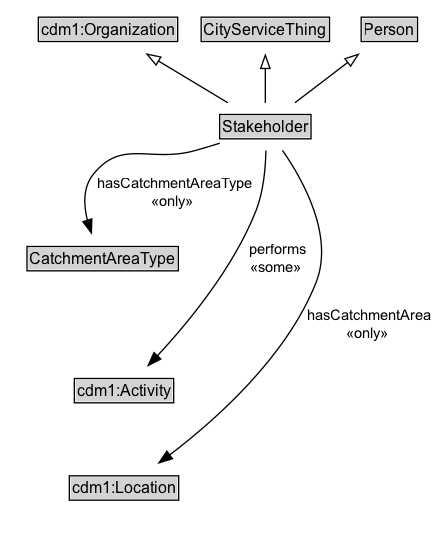
The Graphviz diagram docs/diagrams/Stakeholder.dot.png in ISO-TC204/ontology-cdm-p2-v1, before a commit. Its source is kept beside it as docs/diagrams/Stakeholder.dot. The source it was exported from:
```dot
digraph {
	graph [overlap=false rankdir=TB splines=true]
	node [fontname=Arial fontsize=12 margin=0 shape=none]
	edge [fontname=Arial fontsize=11]
	{
		rank=max
		Stakeholder [label=<<TABLE BORDER="1" CELLBORDER="0" CELLSPACING="0" CELLPADDING="1"><TR><TD BGCOLOR="lightgray" ALIGN="CENTER" PORT="e">Stakeholder</TD></TR></TABLE>> URL="../Stakeholder.md" margin=0]
	}
	subgraph cluster_associated {
		label="" style=invis
		Invis [label=<<TABLE BORDER="0" CELLBORDER="0" CELLSPACING="0" CELLPADDING="1"><TR><TD></TD></TR></TABLE>> margin=0 style=invis]
		CatchmentAreaType [label=<<TABLE BORDER="1" CELLBORDER="0" CELLSPACING="0" CELLPADDING="1"><TR><TD BGCOLOR="lightgray" ALIGN="CENTER">CatchmentAreaType</TD></TR></TABLE>> URL="../CatchmentAreaType.md" margin=0]
		cdm1_Activity [label=<<TABLE BORDER="1" CELLBORDER="0" CELLSPACING="0" CELLPADDING="1"><TR><TD BGCOLOR="lightgray" ALIGN="CENTER">cdm1:Activity</TD></TR></TABLE>> margin=0]
		cdm1_Location [label=<<TABLE BORDER="1" CELLBORDER="0" CELLSPACING="0" CELLPADDING="1"><TR><TD BGCOLOR="lightgray" ALIGN="CENTER">cdm1:Location</TD></TR></TABLE>> margin=0]
	}
	cdm1_Organization [label=<<TABLE BORDER="1" CELLBORDER="0" CELLSPACING="0" CELLPADDING="1"><TR><TD BGCOLOR="lightgray" ALIGN="CENTER">cdm1:Organization</TD></TR></TABLE>> margin=0]
	Stakeholder -> cdm1_Organization [arrowhead=onormal style=solid]
	CityServiceThing [label=<<TABLE BORDER="1" CELLBORDER="0" CELLSPACING="0" CELLPADDING="1"><TR><TD BGCOLOR="lightgray" ALIGN="CENTER">CityServiceThing</TD></TR></TABLE>> URL="../CityServiceThing.md" margin=0]
	Stakeholder -> CityServiceThing [arrowhead=onormal style=solid]
	Person [label=<<TABLE BORDER="1" CELLBORDER="0" CELLSPACING="0" CELLPADDING="1"><TR><TD BGCOLOR="lightgray" ALIGN="CENTER">Person</TD></TR></TABLE>> URL="../Person.md" margin=0]
	Stakeholder -> Person [arrowhead=onormal style=solid]
	Stakeholder -> Invis [style=invis]
	Invis -> CatchmentAreaType [style=invis]
	CatchmentAreaType -> cdm1_Activity [style=invis]
	cdm1_Activity -> cdm1_Location [style=invis]
	Stakeholder -> cdm1_Activity [label=" performs
 «some»  " arrowhead=normal style=solid]
	Stakeholder -> cdm1_Location [label=" hasCatchmentArea
 «only»  " arrowhead=normal style=solid]
	Stakeholder -> CatchmentAreaType [label=" hasCatchmentAreaType
 «only»  " arrowhead=normal style=solid]
}
```
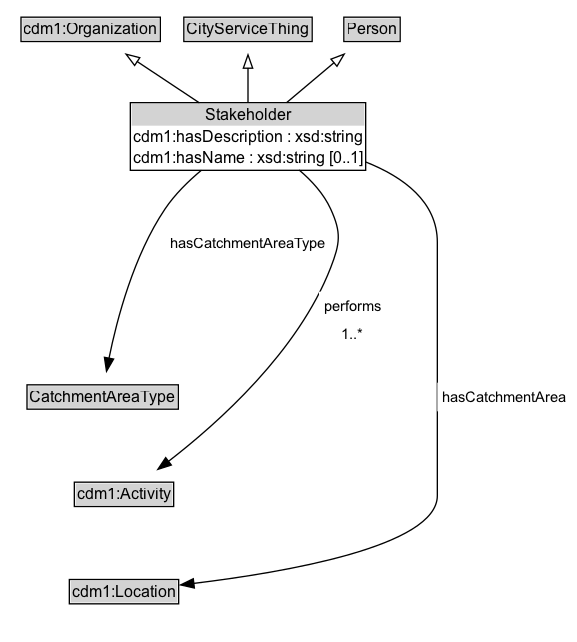
After the change.

Diff of the diagram source:
```diff
@@ -3,30 +3,33 @@
 	node [fontname=Arial fontsize=12 margin=0 shape=none]
 	edge [fontname=Arial fontsize=11]
 	{
+		rank=source
+		cdm1_Organization [label=<<TABLE BORDER="1" CELLBORDER="0" CELLSPACING="0" CELLPADDING="1"><TR><TD BGCOLOR="lightgray" ALIGN="CENTER">cdm1:Organization</TD></TR></TABLE>> URL="https://w3id.org/citydata/part1/v1/Organization" margin=0]
+		CityServiceThing [label=<<TABLE BORDER="1" CELLBORDER="0" CELLSPACING="0" CELLPADDING="1"><TR><TD BGCOLOR="lightgray" ALIGN="CENTER">CityServiceThing</TD></TR></TABLE>> URL="../CityServiceThing" margin=0]
+		Person [label=<<TABLE BORDER="1" CELLBORDER="0" CELLSPACING="0" CELLPADDING="1"><TR><TD BGCOLOR="lightgray" ALIGN="CENTER">Person</TD></TR></TABLE>> URL="../Person" margin=0]
+	}
+	Stakeholder [label=<<TABLE BORDER="1" CELLBORDER="0" CELLSPACING="0" CELLPADDING="1"><TR><TD BGCOLOR="lightgray" ALIGN="CENTER">Stakeholder</TD></TR><TR><TD ALIGN="LEFT">cdm1:hasDescription : xsd:string</TD></TR><TR><TD ALIGN="LEFT">cdm1:hasName : xsd:string [0..1]</TD></TR></TABLE>> URL="../Stakeholder" margin=0]
+	{
 		rank=max
-		Stakeholder [label=<<TABLE BORDER="1" CELLBORDER="0" CELLSPACING="0" CELLPADDING="1"><TR><TD BGCOLOR="lightgray" ALIGN="CENTER" PORT="e">Stakeholder</TD></TR></TABLE>> URL="../Stakeholder.md" margin=0]
 	}
 	subgraph cluster_associated {
 		label="" style=invis
 		Invis [label=<<TABLE BORDER="0" CELLBORDER="0" CELLSPACING="0" CELLPADDING="1"><TR><TD></TD></TR></TABLE>> margin=0 style=invis]
-		CatchmentAreaType [label=<<TABLE BORDER="1" CELLBORDER="0" CELLSPACING="0" CELLPADDING="1"><TR><TD BGCOLOR="lightgray" ALIGN="CENTER">CatchmentAreaType</TD></TR></TABLE>> URL="../CatchmentAreaType.md" margin=0]
-		cdm1_Activity [label=<<TABLE BORDER="1" CELLBORDER="0" CELLSPACING="0" CELLPADDING="1"><TR><TD BGCOLOR="lightgray" ALIGN="CENTER">cdm1:Activity</TD></TR></TABLE>> margin=0]
-		cdm1_Location [label=<<TABLE BORDER="1" CELLBORDER="0" CELLSPACING="0" CELLPADDING="1"><TR><TD BGCOLOR="lightgray" ALIGN="CENTER">cdm1:Location</TD></TR></TABLE>> margin=0]
+		CatchmentAreaType [label=<<TABLE BORDER="1" CELLBORDER="0" CELLSPACING="0" CELLPADDING="1"><TR><TD BGCOLOR="lightgray" ALIGN="CENTER">CatchmentAreaType</TD></TR></TABLE>> URL="../CatchmentAreaType" margin=0]
+		cdm1_Activity [label=<<TABLE BORDER="1" CELLBORDER="0" CELLSPACING="0" CELLPADDING="1"><TR><TD BGCOLOR="lightgray" ALIGN="CENTER">cdm1:Activity</TD></TR></TABLE>> URL="https://w3id.org/citydata/part1/v1/Activity" margin=0]
+		cdm1_Location [label=<<TABLE BORDER="1" CELLBORDER="0" CELLSPACING="0" CELLPADDING="1"><TR><TD BGCOLOR="lightgray" ALIGN="CENTER">cdm1:Location</TD></TR></TABLE>> URL="https://w3id.org/citydata/part1/v1/Location" margin=0]
 	}
-	cdm1_Organization [label=<<TABLE BORDER="1" CELLBORDER="0" CELLSPACING="0" CELLPADDING="1"><TR><TD BGCOLOR="lightgray" ALIGN="CENTER">cdm1:Organization</TD></TR></TABLE>> margin=0]
 	Stakeholder -> cdm1_Organization [arrowhead=onormal style=solid]
-	CityServiceThing [label=<<TABLE BORDER="1" CELLBORDER="0" CELLSPACING="0" CELLPADDING="1"><TR><TD BGCOLOR="lightgray" ALIGN="CENTER">CityServiceThing</TD></TR></TABLE>> URL="../CityServiceThing.md" margin=0]
 	Stakeholder -> CityServiceThing [arrowhead=onormal style=solid]
-	Person [label=<<TABLE BORDER="1" CELLBORDER="0" CELLSPACING="0" CELLPADDING="1"><TR><TD BGCOLOR="lightgray" ALIGN="CENTER">Person</TD></TR></TABLE>> URL="../Person.md" margin=0]
 	Stakeholder -> Person [arrowhead=onormal style=solid]
 	Stakeholder -> Invis [style=invis]
 	Invis -> CatchmentAreaType [style=invis]
 	CatchmentAreaType -> cdm1_Activity [style=invis]
 	cdm1_Activity -> cdm1_Location [style=invis]
-	Stakeholder -> cdm1_Activity [label=" performs
- «some»  " arrowhead=normal style=solid]
-	Stakeholder -> cdm1_Location [label=" hasCatchmentArea
- «only»  " arrowhead=normal style=solid]
-	Stakeholder -> CatchmentAreaType [label=" hasCatchmentAreaType
- «only»  " arrowhead=normal style=solid]
+	cdm1_Activity [label=<<TABLE BORDER="1" CELLBORDER="0" CELLSPACING="0" CELLPADDING="1"><TR><TD BGCOLOR="lightgray" ALIGN="CENTER">cdm1:Activity</TD></TR></TABLE>> URL="https://w3id.org/citydata/part1/v1/Activity" margin=0]
+	Stakeholder -> cdm1_Activity [label=<<TABLE BORDER="0" CELLBORDER="0" CELLSPACING="0" CELLPADDING="4" BGCOLOR="white"><TR><TD ALIGN="CENTER">performs</TD></TR><TR><TD ALIGN="CENTER">1..*</TD></TR></TABLE>> arrowhead=normal style=solid]
+	CatchmentAreaType [label=<<TABLE BORDER="1" CELLBORDER="0" CELLSPACING="0" CELLPADDING="1"><TR><TD BGCOLOR="lightgray" ALIGN="CENTER">CatchmentAreaType</TD></TR></TABLE>> URL="../CatchmentAreaType" margin=0]
+	Stakeholder -> CatchmentAreaType [label=<<TABLE BORDER="0" CELLBORDER="0" CELLSPACING="0" CELLPADDING="4" BGCOLOR="white"><TR><TD ALIGN="CENTER">hasCatchmentAreaType</TD></TR></TABLE>> arrowhead=normal style=solid]
+	cdm1_Location [label=<<TABLE BORDER="1" CELLBORDER="0" CELLSPACING="0" CELLPADDING="1"><TR><TD BGCOLOR="lightgray" ALIGN="CENTER">cdm1:Location</TD></TR></TABLE>> URL="https://w3id.org/citydata/part1/v1/Location" margin=0]
+	Stakeholder -> cdm1_Location [label=<<TABLE BORDER="0" CELLBORDER="0" CELLSPACING="0" CELLPADDING="4" BGCOLOR="white"><TR><TD ALIGN="CENTER">hasCatchmentArea</TD></TR></TABLE>> arrowhead=normal style=solid]
 }
```
